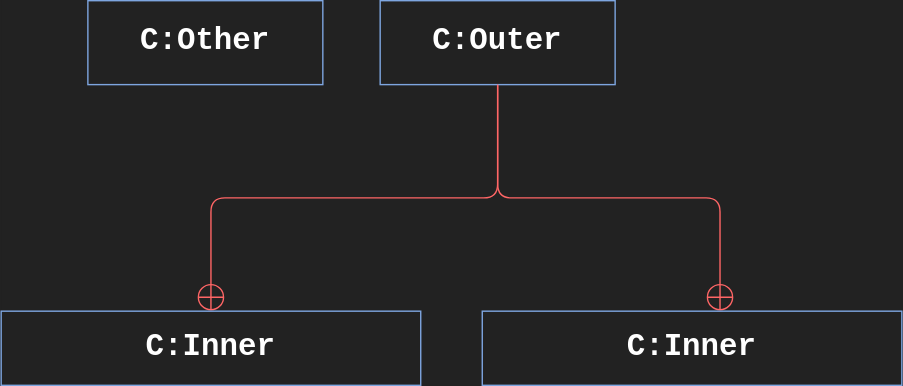
Earlier version of the draw.io export drawio/InnerClassMind.svg (Stolorzs/Picgo). Source tidied: cells renumbered, new cells last; positions are measured from the earlier drawing's top-left corner, leaving out a move shared by most shapes. The source it was exported from:
```xml
<mxGraphModel background="#222222">
  <root>
    <mxCell id="0" />
    <mxCell id="1" parent="0" />
    <mxCell id="2" style="edgeStyle=orthogonalEdgeStyle;rounded=1;jettySize=auto;html=1;strokeColor=#FF6666;align=center;verticalAlign=middle;fontFamily=Helvetica;fontSize=12;fontColor=default;labelBackgroundColor=default;startSize=8;endArrow=circlePlus;endFill=0;endSize=8;" parent="1" edge="1" source="3" target="7">
      <mxGeometry relative="1" as="geometry" />
    </mxCell>
    <mxCell id="3" value="&lt;font color=&quot;#ffffff&quot; style=&quot;font-size: 22px;&quot; face=&quot;Courier New&quot;&gt;&lt;b&gt;C:Outer&lt;/b&gt;&lt;/font&gt;" style="whiteSpace=wrap;html=1;fillColor=none;strokeColor=#7EA6E0;" parent="1" vertex="1">
      <mxGeometry x="271" width="168" height="60" as="geometry" />
    </mxCell>
    <mxCell id="4" style="edgeStyle=orthogonalEdgeStyle;rounded=1;jettySize=auto;html=1;strokeColor=#FF6666;align=center;verticalAlign=middle;fontFamily=Helvetica;fontSize=12;fontColor=default;labelBackgroundColor=default;startSize=8;endArrow=circlePlus;endFill=0;endSize=8;" parent="1" edge="1" target="5">
      <mxGeometry relative="1" as="geometry">
        <mxPoint x="355" y="60" as="sourcePoint" />
        <Array as="points">
          <mxPoint x="355" y="141" />
          <mxPoint x="514" y="141" />
        </Array>
      </mxGeometry>
    </mxCell>
    <mxCell id="5" value="&lt;font face=&quot;Courier New&quot; color=&quot;#ffffff&quot;&gt;&lt;span style=&quot;caret-color: rgb(255, 255, 255); font-size: 22px;&quot;&gt;&lt;b&gt;C:Inner&lt;/b&gt;&lt;/span&gt;&lt;/font&gt;" style="whiteSpace=wrap;html=1;fillColor=none;strokeColor=#7EA6E0;" parent="1" vertex="1">
      <mxGeometry x="344" y="222" width="300" height="53" as="geometry" />
    </mxCell>
    <mxCell id="6" value="&lt;font color=&quot;#ffffff&quot; style=&quot;font-size: 22px;&quot; face=&quot;Courier New&quot;&gt;&lt;b&gt;C:Other&lt;/b&gt;&lt;/font&gt;" style="whiteSpace=wrap;html=1;fillColor=none;strokeColor=#7EA6E0;" parent="1" vertex="1">
      <mxGeometry x="62" width="168" height="60" as="geometry" />
    </mxCell>
    <mxCell id="7" value="&lt;font face=&quot;Courier New&quot; color=&quot;#ffffff&quot;&gt;&lt;span style=&quot;caret-color: rgb(255, 255, 255); font-size: 22px;&quot;&gt;&lt;b&gt;C:Inner&lt;/b&gt;&lt;/span&gt;&lt;/font&gt;" style="whiteSpace=wrap;html=1;fillColor=none;strokeColor=#7EA6E0;" parent="1" vertex="1">
      <mxGeometry y="222" width="300" height="53" as="geometry" />
    </mxCell>
  </root>
</mxGraphModel>
```
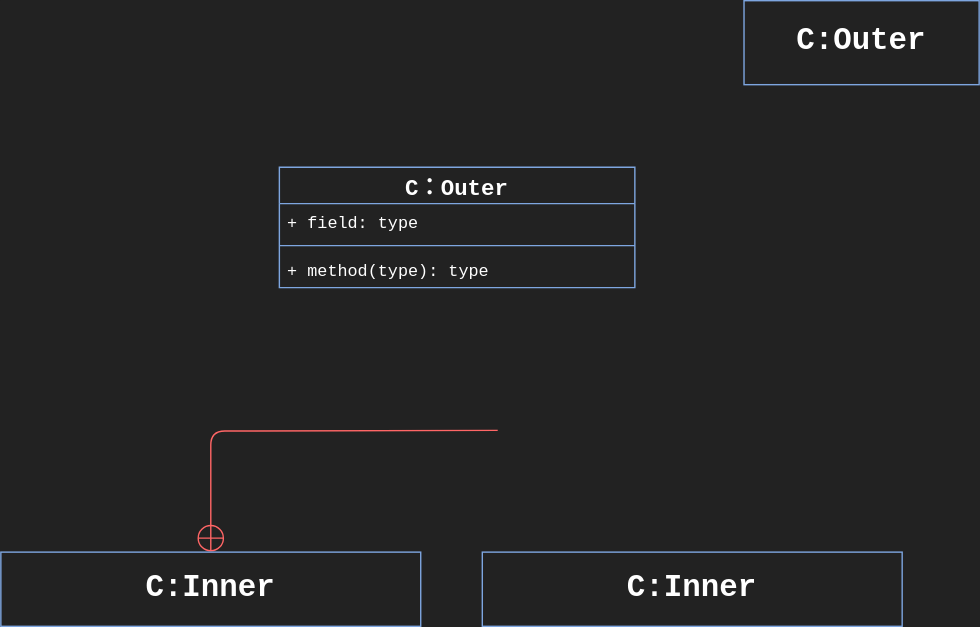
After the change.

Diff of the diagram source:
```diff
@@ -2,29 +2,31 @@
   <root>
     <mxCell id="0" />
     <mxCell id="1" parent="0" />
-    <mxCell id="2" style="edgeStyle=orthogonalEdgeStyle;rounded=1;jettySize=auto;html=1;strokeColor=#FF6666;align=center;verticalAlign=middle;fontFamily=Helvetica;fontSize=12;fontColor=default;labelBackgroundColor=default;startSize=8;endArrow=circlePlus;endFill=0;endSize=8;" parent="1" edge="1" source="3" target="7">
-      <mxGeometry relative="1" as="geometry" />
+    <mxCell id="2" style="edgeStyle=orthogonalEdgeStyle;rounded=1;jettySize=auto;html=1;strokeColor=#FF6666;align=center;verticalAlign=middle;fontFamily=Helvetica;fontSize=12;fontColor=default;labelBackgroundColor=default;startSize=8;endArrow=circlePlus;endFill=0;endSize=8;" parent="1" edge="1" target="7">
+      <mxGeometry relative="1" as="geometry">
+        <mxPoint x="355" y="135" as="sourcePoint" />
+      </mxGeometry>
     </mxCell>
     <mxCell id="3" value="&lt;font color=&quot;#ffffff&quot; style=&quot;font-size: 22px;&quot; face=&quot;Courier New&quot;&gt;&lt;b&gt;C:Outer&lt;/b&gt;&lt;/font&gt;" style="whiteSpace=wrap;html=1;fillColor=none;strokeColor=#7EA6E0;" parent="1" vertex="1">
-      <mxGeometry x="271" width="168" height="60" as="geometry" />
+      <mxGeometry x="531" y="-172" width="168" height="60" as="geometry" />
     </mxCell>
-    <mxCell id="4" style="edgeStyle=orthogonalEdgeStyle;rounded=1;jettySize=auto;html=1;strokeColor=#FF6666;align=center;verticalAlign=middle;fontFamily=Helvetica;fontSize=12;fontColor=default;labelBackgroundColor=default;startSize=8;endArrow=circlePlus;endFill=0;endSize=8;" parent="1" edge="1" target="5">
-      <mxGeometry relative="1" as="geometry">
-        <mxPoint x="355" y="60" as="sourcePoint" />
-        <Array as="points">
-          <mxPoint x="355" y="141" />
-          <mxPoint x="514" y="141" />
-        </Array>
-      </mxGeometry>
-    </mxCell>
     <mxCell id="5" value="&lt;font face=&quot;Courier New&quot; color=&quot;#ffffff&quot;&gt;&lt;span style=&quot;caret-color: rgb(255, 255, 255); font-size: 22px;&quot;&gt;&lt;b&gt;C:Inner&lt;/b&gt;&lt;/span&gt;&lt;/font&gt;" style="whiteSpace=wrap;html=1;fillColor=none;strokeColor=#7EA6E0;" parent="1" vertex="1">
       <mxGeometry x="344" y="222" width="300" height="53" as="geometry" />
     </mxCell>
-    <mxCell id="6" value="&lt;font color=&quot;#ffffff&quot; style=&quot;font-size: 22px;&quot; face=&quot;Courier New&quot;&gt;&lt;b&gt;C:Other&lt;/b&gt;&lt;/font&gt;" style="whiteSpace=wrap;html=1;fillColor=none;strokeColor=#7EA6E0;" parent="1" vertex="1">
-      <mxGeometry x="62" width="168" height="60" as="geometry" />
-    </mxCell>
     <mxCell id="7" value="&lt;font face=&quot;Courier New&quot; color=&quot;#ffffff&quot;&gt;&lt;span style=&quot;caret-color: rgb(255, 255, 255); font-size: 22px;&quot;&gt;&lt;b&gt;C:Inner&lt;/b&gt;&lt;/span&gt;&lt;/font&gt;" style="whiteSpace=wrap;html=1;fillColor=none;strokeColor=#7EA6E0;" parent="1" vertex="1">
       <mxGeometry y="222" width="300" height="53" as="geometry" />
     </mxCell>
+    <mxCell id="8" value="&lt;font style=&quot;font-size: 16px;&quot; color=&quot;#ffffff&quot;&gt;C：Outer&lt;/font&gt;" style="swimlane;fontStyle=1;align=center;verticalAlign=top;horizontal=1;startSize=26;whiteSpace=wrap;html=1;fontFamily=Courier New;fontSize=12;fontColor=default;labelBackgroundColor=none;strokeColor=#7EA6E0;fillColor=none;" parent="1" vertex="1">
+      <mxGeometry x="199" y="-53" width="254" height="86" as="geometry" />
+    </mxCell>
+    <mxCell id="9" value="&lt;font color=&quot;#ffffff&quot; face=&quot;Courier New&quot;&gt;+ field: type&lt;/font&gt;" style="text;strokeColor=none;fillColor=none;align=left;verticalAlign=top;spacingLeft=4;spacingRight=4;overflow=hidden;whiteSpace=wrap;html=1;fontFamily=Helvetica;fontSize=12;fontColor=default;labelBackgroundColor=none;" parent="8" vertex="1">
+      <mxGeometry y="26" width="254" height="26" as="geometry" />
+    </mxCell>
+    <mxCell id="10" style="line;strokeWidth=1;fillColor=none;align=left;verticalAlign=middle;spacingTop=-1;spacingLeft=3;spacingRight=3;labelPosition=right;strokeColor=inherit;fontFamily=Helvetica;fontSize=12;fontColor=default;labelBackgroundColor=default;" parent="8" vertex="1">
+      <mxGeometry y="52" width="254" height="8" as="geometry" />
+    </mxCell>
+    <mxCell id="11" value="&lt;font color=&quot;#ffffff&quot; face=&quot;Courier New&quot;&gt;+ method(type): type&lt;/font&gt;" style="text;strokeColor=none;fillColor=none;align=left;verticalAlign=top;spacingLeft=4;spacingRight=4;overflow=hidden;whiteSpace=wrap;html=1;fontFamily=Helvetica;fontSize=12;fontColor=default;labelBackgroundColor=none;" parent="8" vertex="1">
+      <mxGeometry y="60" width="254" height="26" as="geometry" />
+    </mxCell>
   </root>
 </mxGraphModel>
```
